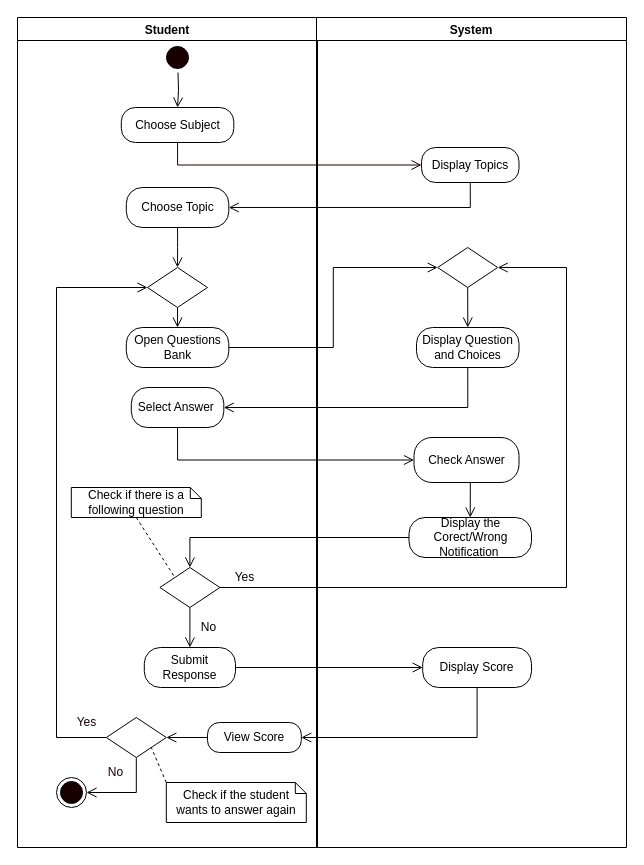
Before: page "Take Trial Quiz" (2 of 7) of REVISIONS/UML-DIAGRAMS/6-28-2021/ACTIVITY DIAGRAM/ACTIVITY DIAGRAM3.drawio in mrklglsn/CAPSTONE-FILES, a draw.io diagram. Source tidied: cells renumbered, new cells numbered last; positions are measured from the earlier drawing's top-left corner, leaving out a move shared by most shapes. Both pictures are drawn from the tidied source at 100%, with x=0, y=0 at pixel (17, 17).
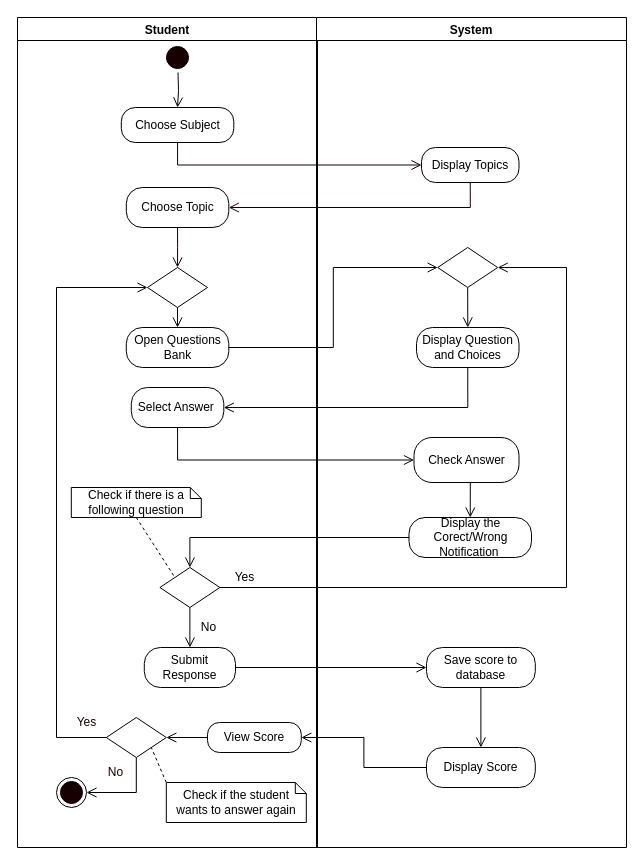
After the change.

Unchanged cells that the change refers to:
```xml
<mxCell id="10" value="Submit Response" style="rounded=1;whiteSpace=wrap;html=1;arcSize=40;" parent="2" vertex="1">
  <mxGeometry x="126.8" y="630" width="91.2" height="40" as="geometry" />
</mxCell>
<mxCell id="24" value="View Score" style="rounded=1;whiteSpace=wrap;html=1;arcSize=40;" parent="2" vertex="1">
  <mxGeometry x="190" y="705" width="93.8" height="30" as="geometry" />
</mxCell>
<mxCell id="28" value="System" style="swimlane;" parent="1" vertex="1">
  <mxGeometry x="299" width="310" height="830" as="geometry" />
</mxCell>
```

The edit, as a diff of the source:
```diff
@@
     <mxCell id="31" value="Display Score" style="rounded=1;whiteSpace=wrap;html=1;arcSize=40;" parent="28" vertex="1">
-      <mxGeometry x="106.2" y="630" width="108.8" height="40" as="geometry" />
+      <mxGeometry x="110" y="730" width="108.8" height="40" as="geometry" />
     </mxCell>
@@
+    <mxCell id="47" style="edgeStyle=orthogonalEdgeStyle;rounded=0;jettySize=auto;html=1;exitX=0.5;exitY=1;exitDx=0;exitDy=0;endArrow=open;endFill=0;endSize=8;" parent="28" edge="1" source="48" target="31">
+      <mxGeometry relative="1" as="geometry" />
+    </mxCell>
+    <mxCell id="48" value="Save score to database" style="rounded=1;whiteSpace=wrap;html=1;arcSize=40;" parent="28" vertex="1">
+      <mxGeometry x="110" y="630" width="108.8" height="40" as="geometry" />
+    </mxCell>
@@
-    <mxCell id="42" style="edgeStyle=orthogonalEdgeStyle;rounded=0;jettySize=auto;html=1;exitX=1;exitY=0.5;exitDx=0;exitDy=0;endArrow=open;endFill=0;endSize=8;" parent="1" edge="1" source="10" target="31">
+    <mxCell id="42" style="edgeStyle=orthogonalEdgeStyle;rounded=0;jettySize=auto;html=1;exitX=1;exitY=0.5;exitDx=0;exitDy=0;endArrow=open;endFill=0;endSize=8;entryX=0;entryY=0.5;entryDx=0;entryDy=0;" parent="1" edge="1" source="10" target="48">
       <mxGeometry relative="1" as="geometry" />
     </mxCell>
@@
-    <mxCell id="46" style="edgeStyle=orthogonalEdgeStyle;rounded=0;jettySize=auto;html=1;exitX=0.5;exitY=1;exitDx=0;exitDy=0;endArrow=open;endFill=0;endSize=8;entryX=1;entryY=0.5;entryDx=0;entryDy=0;" parent="1" edge="1" source="31" target="24">
+    <mxCell id="46" style="edgeStyle=orthogonalEdgeStyle;rounded=0;jettySize=auto;html=1;exitX=0;exitY=0.5;exitDx=0;exitDy=0;endArrow=open;endFill=0;endSize=8;entryX=1;entryY=0.5;entryDx=0;entryDy=0;" parent="1" edge="1" source="31" target="24">
       <mxGeometry relative="1" as="geometry" />
     </mxCell>
```
